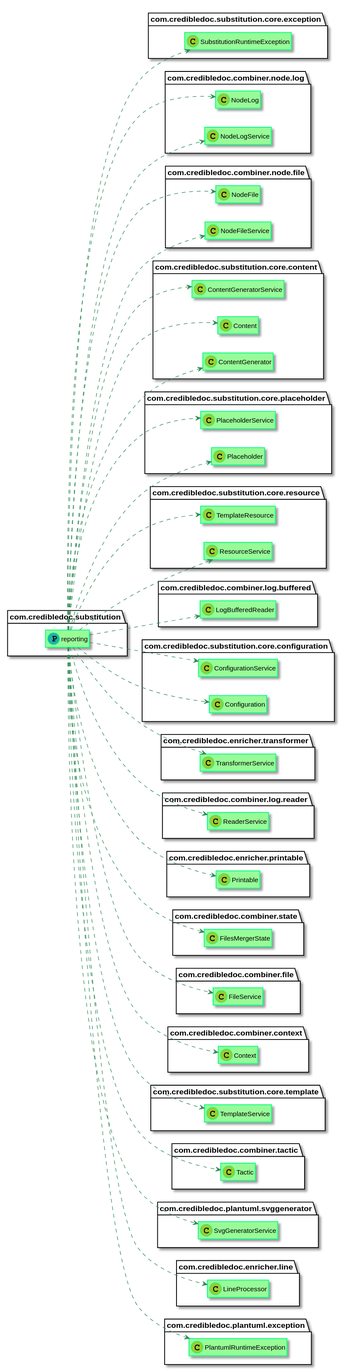
The PlantUML diagram substitution/substitution-reporting/img/README.md_3.svg in credibledoc/credible-doc, before a commit.
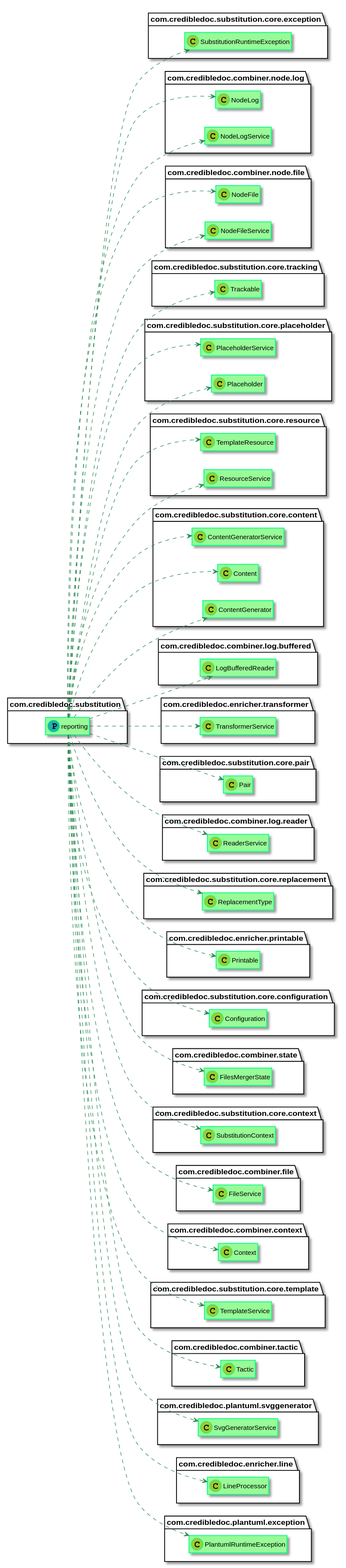
Later version of the same file.

Diff of the diagram source:
```diff
@@ -12,18 +12,21 @@
 Class com.credibledoc.substitution.core.exception.SubstitutionRuntimeException << (C,YellowGreen) >>
 Class com.credibledoc.combiner.node.log.NodeLog << (C,YellowGreen) >>
 Class com.credibledoc.combiner.node.file.NodeFile << (C,YellowGreen) >>
-Class com.credibledoc.substitution.core.content.ContentGeneratorService << (C,YellowGreen) >>
+Class com.credibledoc.substitution.core.tracking.Trackable << (C,YellowGreen) >>
 Class com.credibledoc.substitution.core.placeholder.PlaceholderService << (C,YellowGreen) >>
 Class com.credibledoc.substitution.core.resource.TemplateResource << (C,YellowGreen) >>
+Class com.credibledoc.substitution.core.content.ContentGeneratorService << (C,YellowGreen) >>
 Class com.credibledoc.combiner.log.buffered.LogBufferedReader << (C,YellowGreen) >>
-Class com.credibledoc.substitution.core.configuration.ConfigurationService << (C,YellowGreen) >>
 Class com.credibledoc.enricher.transformer.TransformerService << (C,YellowGreen) >>
+Class com.credibledoc.substitution.core.pair.Pair << (C,YellowGreen) >>
 Class com.credibledoc.combiner.log.reader.ReaderService << (C,YellowGreen) >>
 Class com.credibledoc.combiner.node.log.NodeLogService << (C,YellowGreen) >>
+Class com.credibledoc.substitution.core.replacement.ReplacementType << (C,YellowGreen) >>
 Class com.credibledoc.enricher.printable.Printable << (C,YellowGreen) >>
 Class com.credibledoc.substitution.core.content.Content << (C,YellowGreen) >>
 Class com.credibledoc.substitution.core.configuration.Configuration << (C,YellowGreen) >>
 Class com.credibledoc.combiner.state.FilesMergerState << (C,YellowGreen) >>
+Class com.credibledoc.substitution.core.context.SubstitutionContext << (C,YellowGreen) >>
 Class com.credibledoc.combiner.file.FileService << (C,YellowGreen) >>
 Class com.credibledoc.combiner.context.Context << (C,YellowGreen) >>
 Class com.credibledoc.substitution.core.template.TemplateService << (C,YellowGreen) >>
@@ -38,21 +41,24 @@
 com.credibledoc.substitution.reporting ..> com.credibledoc.combiner.node.file.NodeFile
 com.credibledoc.substitution.reporting ..> com.credibledoc.combiner.log.buffered.LogBufferedReader
 com.credibledoc.substitution.reporting ..> com.credibledoc.plantuml.svggenerator.SvgGeneratorService
+com.credibledoc.substitution.reporting ..> com.credibledoc.substitution.core.replacement.ReplacementType
 com.credibledoc.substitution.reporting ..> com.credibledoc.combiner.state.FilesMergerState
 com.credibledoc.substitution.reporting ..> com.credibledoc.substitution.core.resource.ResourceService
 com.credibledoc.substitution.reporting ..> com.credibledoc.combiner.node.log.NodeLog
 com.credibledoc.substitution.reporting ..> com.credibledoc.combiner.node.log.NodeLogService
+com.credibledoc.substitution.reporting ..> com.credibledoc.substitution.core.context.SubstitutionContext
+com.credibledoc.substitution.reporting ..> com.credibledoc.combiner.tactic.Tactic
 com.credibledoc.substitution.reporting ..> com.credibledoc.substitution.core.placeholder.PlaceholderService
-com.credibledoc.substitution.reporting ..> com.credibledoc.combiner.tactic.Tactic
 com.credibledoc.substitution.reporting ..> com.credibledoc.substitution.core.content.ContentGeneratorService
 com.credibledoc.substitution.reporting ..> com.credibledoc.substitution.core.resource.TemplateResource
 com.credibledoc.substitution.reporting ..> com.credibledoc.substitution.core.exception.SubstitutionRuntimeException
 com.credibledoc.substitution.reporting ..> com.credibledoc.combiner.file.FileService
 com.credibledoc.substitution.reporting ..> com.credibledoc.combiner.node.file.NodeFileService
 com.credibledoc.substitution.reporting ..> com.credibledoc.substitution.core.configuration.Configuration
+com.credibledoc.substitution.reporting ..> com.credibledoc.substitution.core.tracking.Trackable
+com.credibledoc.substitution.reporting ..> com.credibledoc.substitution.core.pair.Pair
 com.credibledoc.substitution.reporting ..> com.credibledoc.substitution.core.content.Content
 com.credibledoc.substitution.reporting ..> com.credibledoc.substitution.core.content.ContentGenerator
-com.credibledoc.substitution.reporting ..> com.credibledoc.substitution.core.configuration.ConfigurationService
 com.credibledoc.substitution.reporting ..> com.credibledoc.substitution.core.placeholder.Placeholder
 com.credibledoc.substitution.reporting ..> com.credibledoc.substitution.core.template.TemplateService
 com.credibledoc.substitution.reporting ..> com.credibledoc.combiner.context.Context
```
